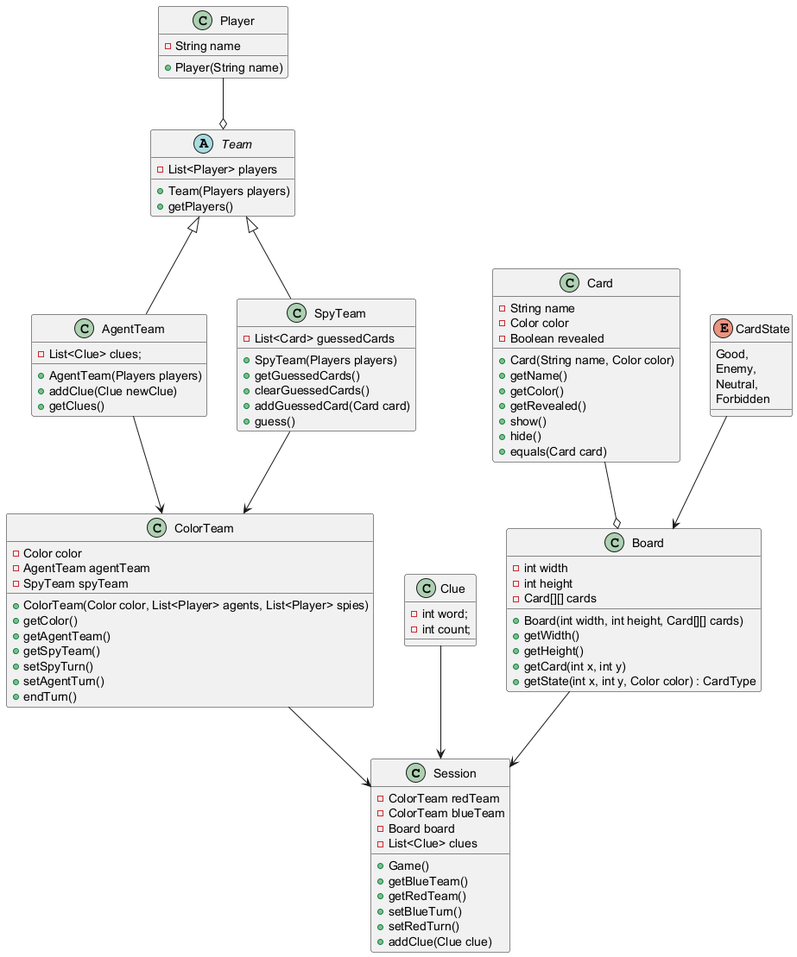
Before: uml/main.png, a diagram exported from PlantUML (Natvs/Codename). Source of this version:
```plantuml
@startuml

class Session {
    -ColorTeam redTeam
    -ColorTeam blueTeam
    -Board board
    -List<Clue> clues
    +Game()
    +getBlueTeam()
    +getRedTeam()
    +setBlueTurn()
    +setRedTurn()
    +addClue(Clue clue)
}
ColorTeam --> Session
Clue --> Session
Board --> Session

class Player {
    -String name
    +Player(String name)
}
abstract class Team {
    -List<Player> players
    +Team(Players players)
    +getPlayers()
}
Player --o Team
class AgentTeam extends Team {
    -List<Clue> clues;
    +AgentTeam(Players players)
    +addClue(Clue newClue)
    +getClues()
}
class SpyTeam extends Team {
    -List<Card> guessedCards
    +SpyTeam(Players players)
    +getGuessedCards()
    +clearGuessedCards()
    +addGuessedCard(Card card)
    +guess()
}

class ColorTeam {
    -Color color
    -AgentTeam agentTeam
    -SpyTeam spyTeam
    +ColorTeam(Color color, List<Player> agents, List<Player> spies)
    +getColor()
    +getAgentTeam()
    +getSpyTeam()
    +setSpyTurn()
    +setAgentTurn()
    +endTurn()
}
SpyTeam --> ColorTeam
AgentTeam --> ColorTeam

class Clue {
    -int word;
    -int count;
}

class Card {
	-String name
	-Color color
	-Boolean revealed
	+Card(String name, Color color)
	+getName()
	+getColor()
	+getRevealed()
	+show()
	+hide()
	+equals(Card card)
}

enum CardState {
    Good,
    Enemy,
    Neutral,
    Forbidden
}

class Board {
	-int width
	-int height
	-Card[][] cards
	+Board(int width, int height, Card[][] cards)
	+getWidth()
	+getHeight()
	+getCard(int x, int y)
    +getState(int x, int y, Color color) : CardType
}
CardState --> Board
Card --o Board

@enduml
```
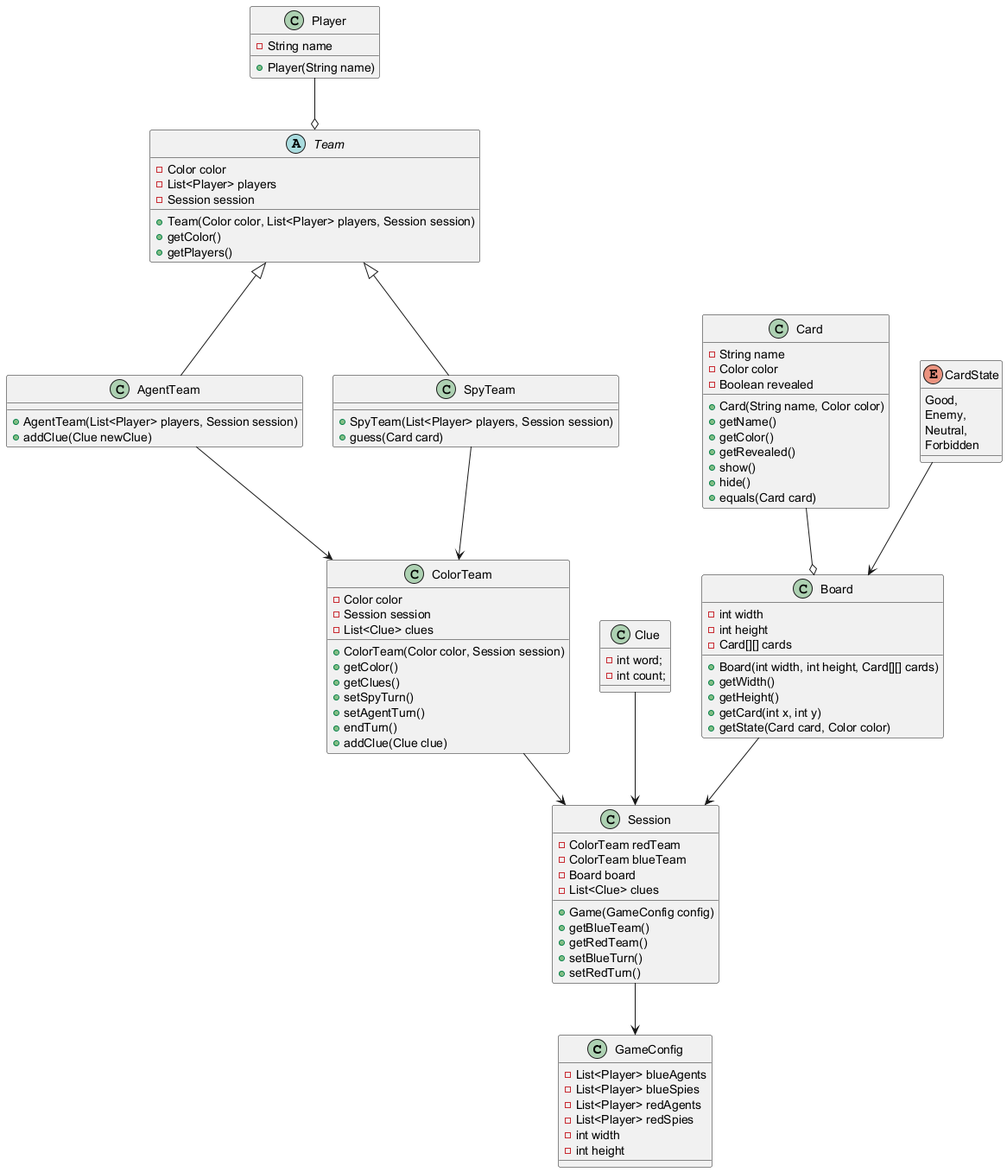
After the change.

Commit message:
docs(model) : added a session reference into extended class

The edit, as a diff of the source:
```diff
@@ -1,16 +1,24 @@
 @startuml
 
+class GameConfig {
+    -List<Player> blueAgents
+    -List<Player> blueSpies
+    -List<Player> redAgents
+    -List<Player> redSpies
+    -int width
+    -int height
+}
+Session --> GameConfig
 class Session {
     -ColorTeam redTeam
     -ColorTeam blueTeam
     -Board board
     -List<Clue> clues
-    +Game()
+    +Game(GameConfig config)
     +getBlueTeam()
     +getRedTeam()
     +setBlueTurn()
     +setRedTurn()
-    +addClue(Clue clue)
 }
 ColorTeam --> Session
 Clue --> Session
@@ -21,37 +29,34 @@
     +Player(String name)
 }
 abstract class Team {
+    -Color color
     -List<Player> players
-    +Team(Players players)
+    -Session session
+    +Team(Color color, List<Player> players, Session session)
+    +getColor()
     +getPlayers()
 }
 Player --o Team
 class AgentTeam extends Team {
-    -List<Clue> clues;
-    +AgentTeam(Players players)
+    +AgentTeam(List<Player> players, Session session)
     +addClue(Clue newClue)
-    +getClues()
 }
 class SpyTeam extends Team {
-    -List<Card> guessedCards
-    +SpyTeam(Players players)
-    +getGuessedCards()
-    +clearGuessedCards()
-    +addGuessedCard(Card card)
-    +guess()
+    +SpyTeam(List<Player> players, Session session)
+    +guess(Card card)
 }
 
 class ColorTeam {
     -Color color
-    -AgentTeam agentTeam
-    -SpyTeam spyTeam
-    +ColorTeam(Color color, List<Player> agents, List<Player> spies)
+    -Session session
+    -List<Clue> clues
+    +ColorTeam(Color color, Session session)
     +getColor()
-    +getAgentTeam()
-    +getSpyTeam()
+    +getClues()
     +setSpyTurn()
     +setAgentTurn()
     +endTurn()
+    +addClue(Clue clue)
 }
 SpyTeam --> ColorTeam
 AgentTeam --> ColorTeam
@@ -80,7 +85,6 @@
     Neutral,
     Forbidden
 }
-
 class Board {
 	-int width
 	-int height
@@ -89,7 +93,7 @@
 	+getWidth()
 	+getHeight()
 	+getCard(int x, int y)
-    +getState(int x, int y, Color color) : CardType
+    +getState(Card card, Color color)
 }
 CardState --> Board
 Card --o Board
```
